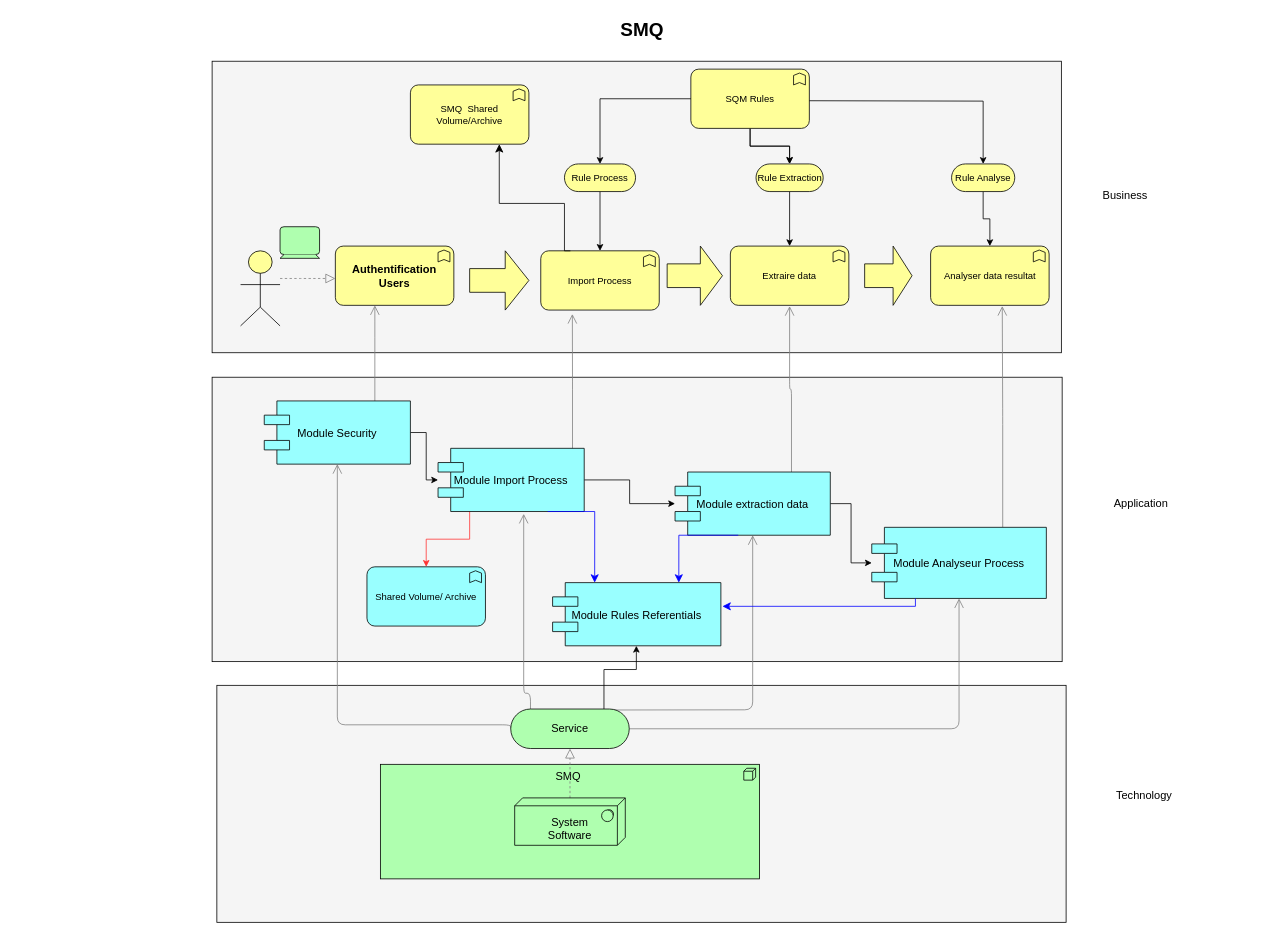
The draw.io diagram Diagramme SMQ.drawio in amahmoudi/Smq2023, before the edit. Source tidied: cells renumbered, new cells numbered last; positions are measured from the earlier drawing's top-left corner, leaving out a move shared by most shapes. Both pictures are drawn from the tidied source at 79%, with x=0, y=0 at pixel (13, 13).
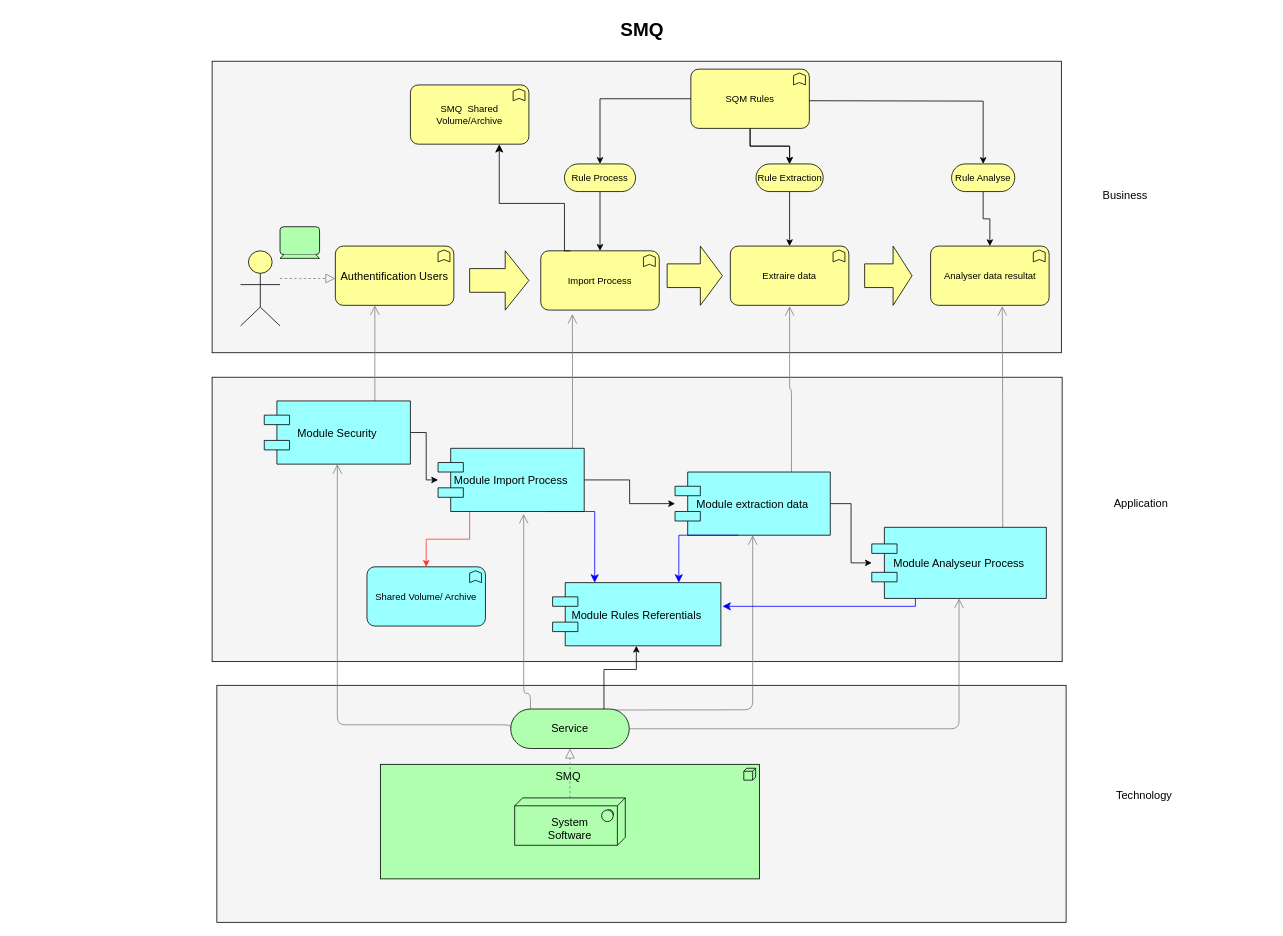
Above is the later version.

Commit message:
Mettre à jour Diagramme SMQ.drawio

What changed in the source:
```diff
@@
-    <mxCell id="26" value="&lt;b&gt;Authentification Users&lt;/b&gt;" style="html=1;whiteSpace=wrap;fillColor=#ffff99;shape=mxgraph.archimate3.application;appType=func;archiType=rounded;fontSize=14;" parent="1" vertex="1">
+    <mxCell id="26" value="Authentification Users" style="html=1;whiteSpace=wrap;fillColor=#ffff99;shape=mxgraph.archimate3.application;appType=func;archiType=rounded;fontSize=14;" parent="1" vertex="1">
       <mxGeometry x="408" y="294" width="150" height="75" as="geometry" />
     </mxCell>
```
